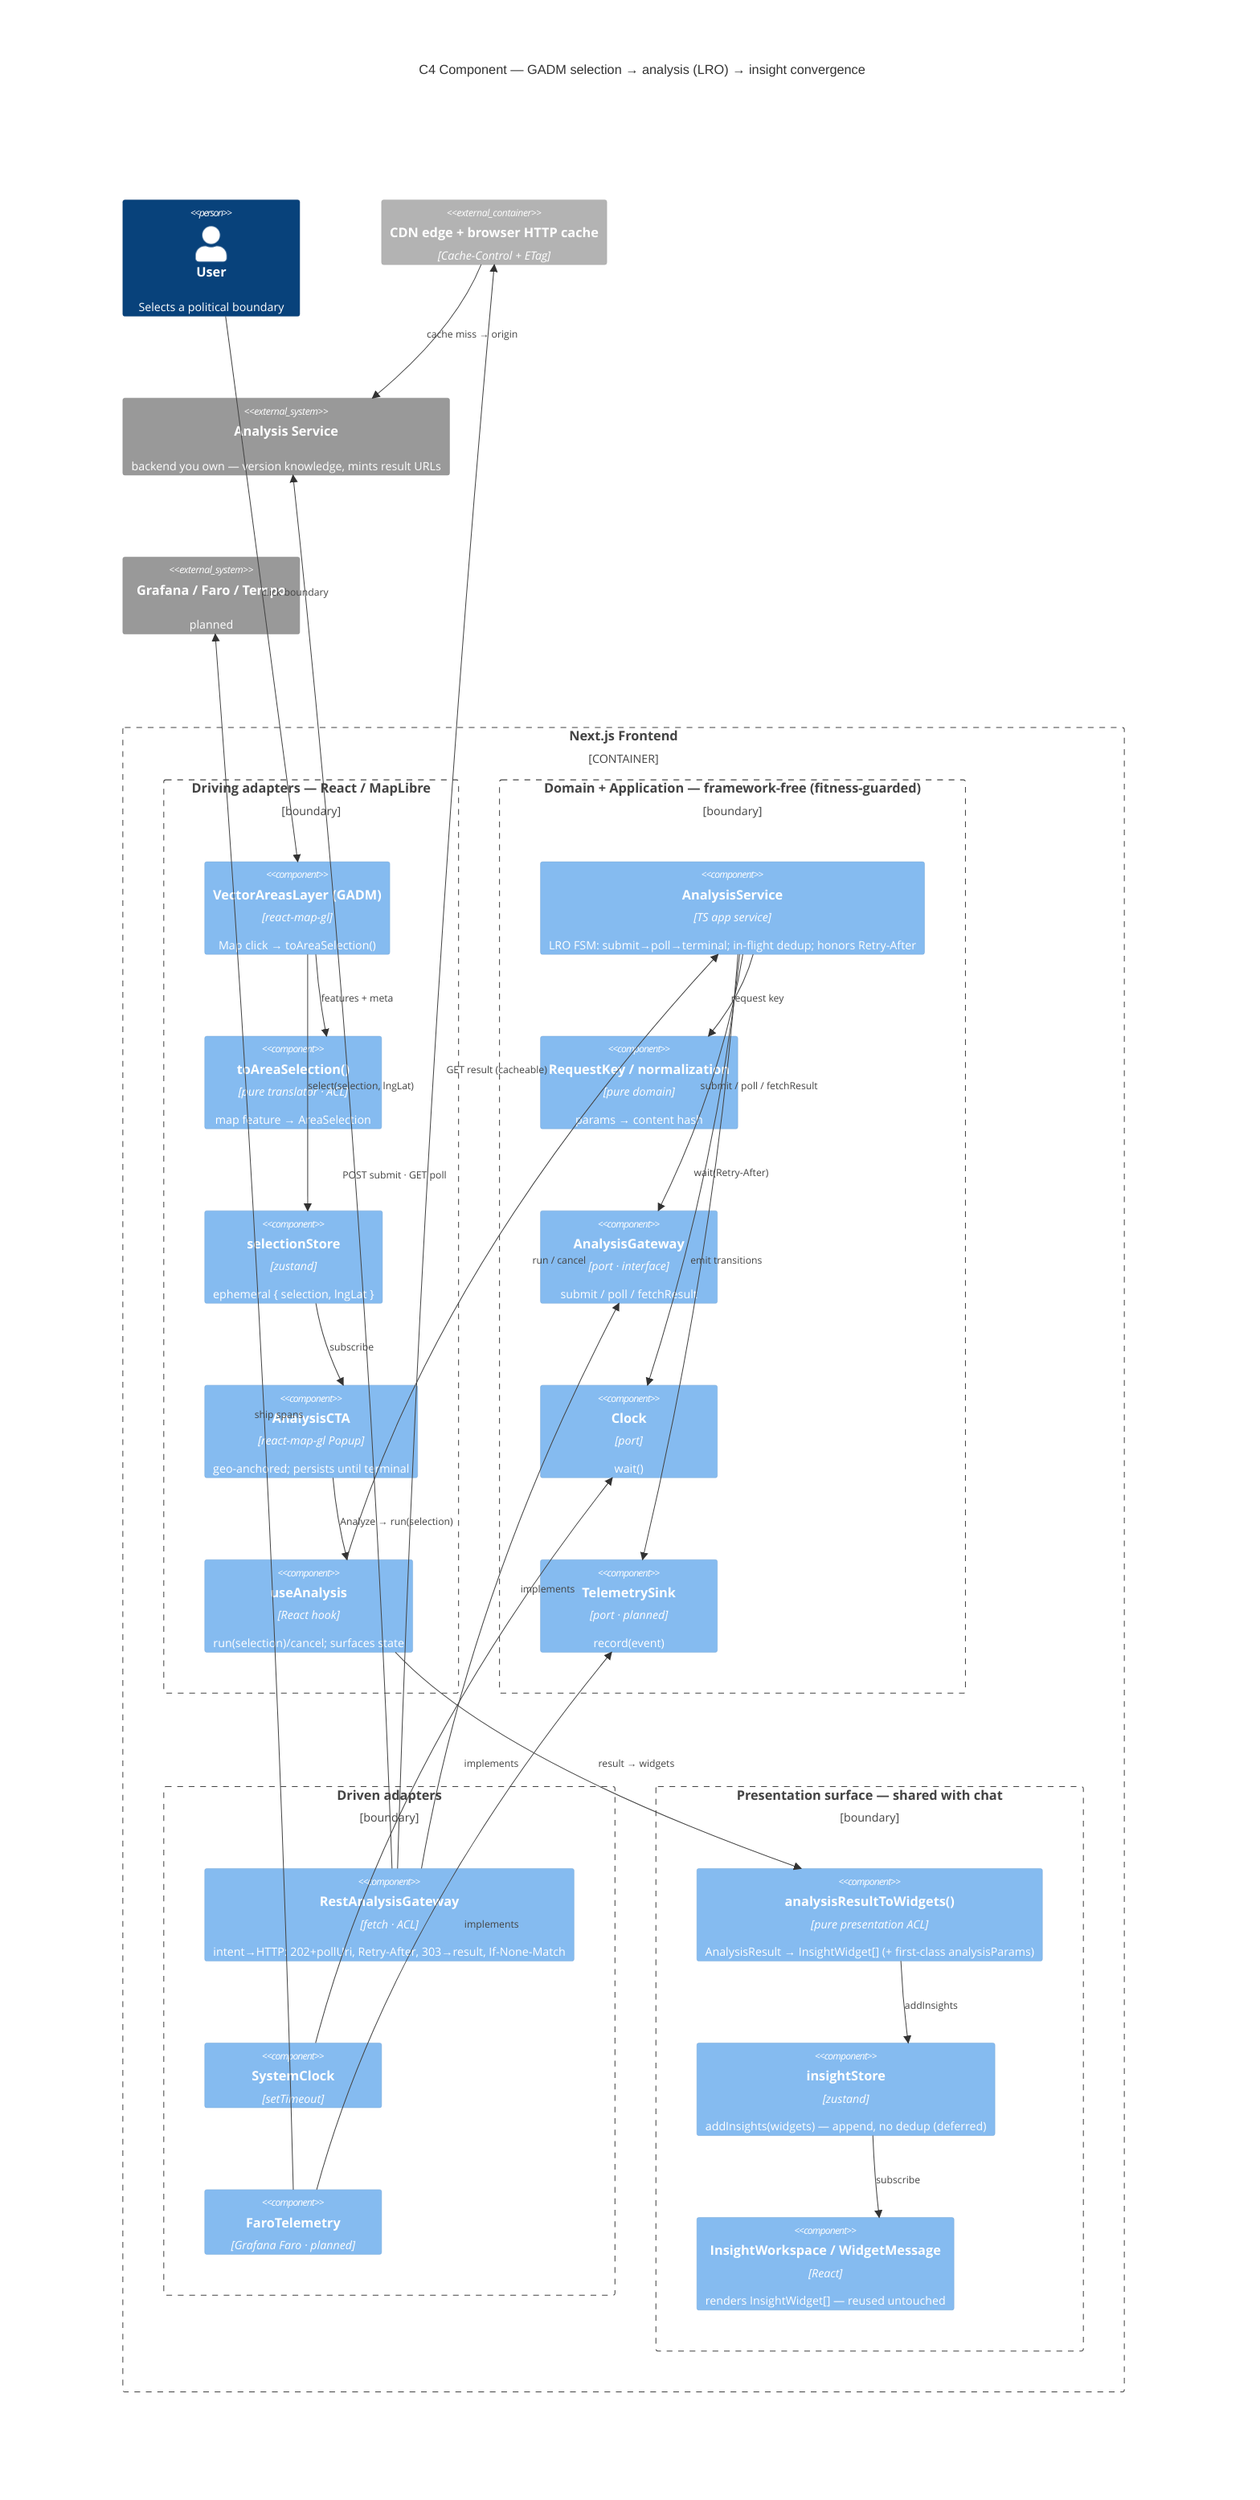
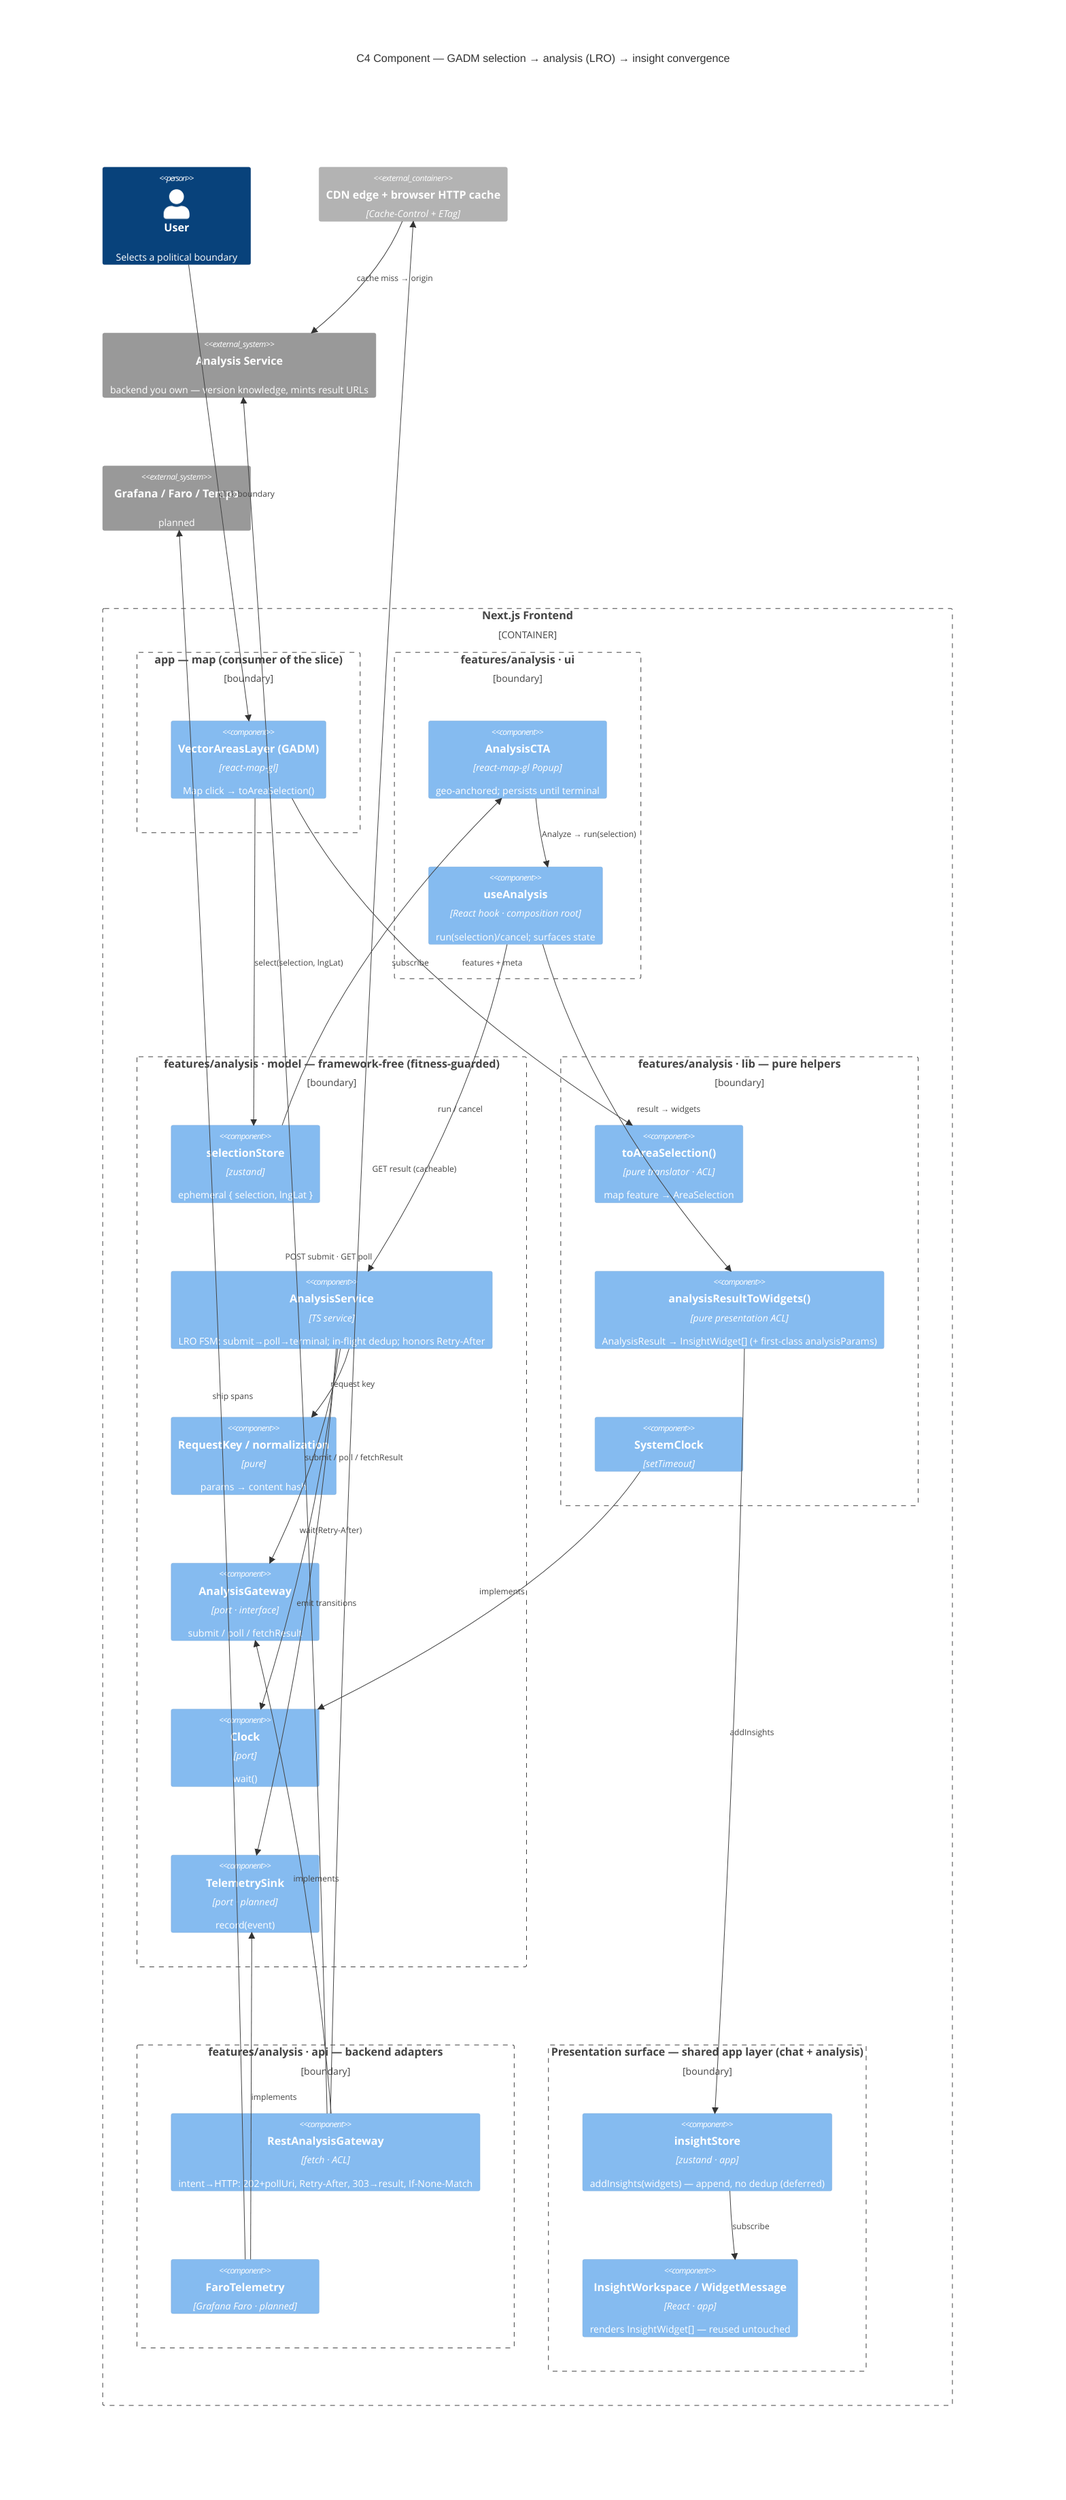
C4Component
    title C4 Component — GADM selection → analysis (LRO) → insight convergence

    Person(user, "User", "Selects a political boundary")

    Container_Boundary(fe, "Next.js Frontend") {

-         Boundary(drive, "Driving adapters — React / MapLibre", "boundary") {
+         Boundary(consumer, "app — map (consumer of the slice)", "boundary") {
            Component(map, "VectorAreasLayer (GADM)", "react-map-gl", "Map click → toAreaSelection()")
-             Component(xsel, "toAreaSelection()", "pure translator · ACL", "map feature → AreaSelection")
-             Component(selstore, "selectionStore", "zustand", "ephemeral { selection, lngLat }")
-             Component(cta, "AnalysisCTA", "react-map-gl Popup", "geo-anchored; persists until terminal")
-             Component(hook, "useAnalysis", "React hook", "run(selection)/cancel; surfaces state")
        }

-         Boundary(core, "Domain + Application — framework-free (fitness-guarded)", "boundary") {
-             Component(svc, "AnalysisService", "TS app service", "LRO FSM: submit→poll→terminal; in-flight dedup; honors Retry-After")
-             Component(idk, "RequestKey / normalization", "pure domain", "params → content hash")
+         Boundary(ui, "features/analysis · ui", "boundary") {
+             Component(cta, "AnalysisCTA", "react-map-gl Popup", "geo-anchored; persists until terminal")
+             Component(hook, "useAnalysis", "React hook · composition root", "run(selection)/cancel; surfaces state")
+         }
+ 
+         Boundary(model, "features/analysis · model — framework-free (fitness-guarded)", "boundary") {
+             Component(selstore, "selectionStore", "zustand", "ephemeral { selection, lngLat }")
+             Component(svc, "AnalysisService", "TS service", "LRO FSM: submit→poll→terminal; in-flight dedup; honors Retry-After")
+             Component(idk, "RequestKey / normalization", "pure", "params → content hash")
            Component(port, "AnalysisGateway", "port · interface", "submit / poll / fetchResult")
            Component(clkp, "Clock", "port", "wait()")
            Component(telp, "TelemetrySink", "port · planned", "record(event)")
        }

-         Boundary(driven, "Driven adapters", "boundary") {
+         Boundary(libseg, "features/analysis · lib — pure helpers", "boundary") {
+             Component(xsel, "toAreaSelection()", "pure translator · ACL", "map feature → AreaSelection")
+             Component(xwid, "analysisResultToWidgets()", "pure presentation ACL", "AnalysisResult → InsightWidget[] (+ first-class analysisParams)")
+             Component(clk, "SystemClock", "setTimeout", " ")
+         }
+ 
+         Boundary(apiseg, "features/analysis · api — backend adapters", "boundary") {
            Component(rest, "RestAnalysisGateway", "fetch · ACL", "intent→HTTP: 202+pollUri, Retry-After, 303→result, If-None-Match")
-             Component(clk, "SystemClock", "setTimeout", " ")
            Component(faro, "FaroTelemetry", "Grafana Faro · planned", " ")
        }

-         Boundary(pres, "Presentation surface — shared with chat", "boundary") {
-             Component(xwid, "analysisResultToWidgets()", "pure presentation ACL", "AnalysisResult → InsightWidget[] (+ first-class analysisParams)")
-             Component(instore, "insightStore", "zustand", "addInsights(widgets) — append, no dedup (deferred)")
-             Component(ws, "InsightWorkspace / WidgetMessage", "React", "renders InsightWidget[] — reused untouched")
+         Boundary(pres, "Presentation surface — shared app layer (chat + analysis)", "boundary") {
+             Component(instore, "insightStore", "zustand · app", "addInsights(widgets) — append, no dedup (deferred)")
+             Component(ws, "InsightWorkspace / WidgetMessage", "React · app", "renders InsightWidget[] — reused untouched")
        }
    }

    Container_Ext(edge, "CDN edge + browser HTTP cache", "Cache-Control + ETag", " ")
    System_Ext(api, "Analysis Service", "backend you own — version knowledge, mints result URLs")
    System_Ext(faroBe, "Grafana / Faro / Tempo", "planned")

    Rel(user, map, "click boundary")
    Rel(map, xsel, "features + meta")
    Rel(map, selstore, "select(selection, lngLat)")
    Rel(selstore, cta, "subscribe")
    Rel(cta, hook, "Analyze → run(selection)")
    Rel(hook, svc, "run / cancel")
    Rel(svc, idk, "request key")
    Rel(svc, port, "submit / poll / fetchResult")
    Rel(svc, clkp, "wait(Retry-After)")
    Rel(svc, telp, "emit transitions")
    Rel(rest, port, "implements")
    Rel(clk, clkp, "implements")
    Rel(faro, telp, "implements")
    Rel(hook, xwid, "result → widgets")
    Rel(xwid, instore, "addInsights")
    Rel(instore, ws, "subscribe")
    Rel(rest, edge, "GET result (cacheable)")
    Rel(rest, api, "POST submit · GET poll")
    Rel(edge, api, "cache miss → origin")
    Rel(faro, faroBe, "ship spans")
